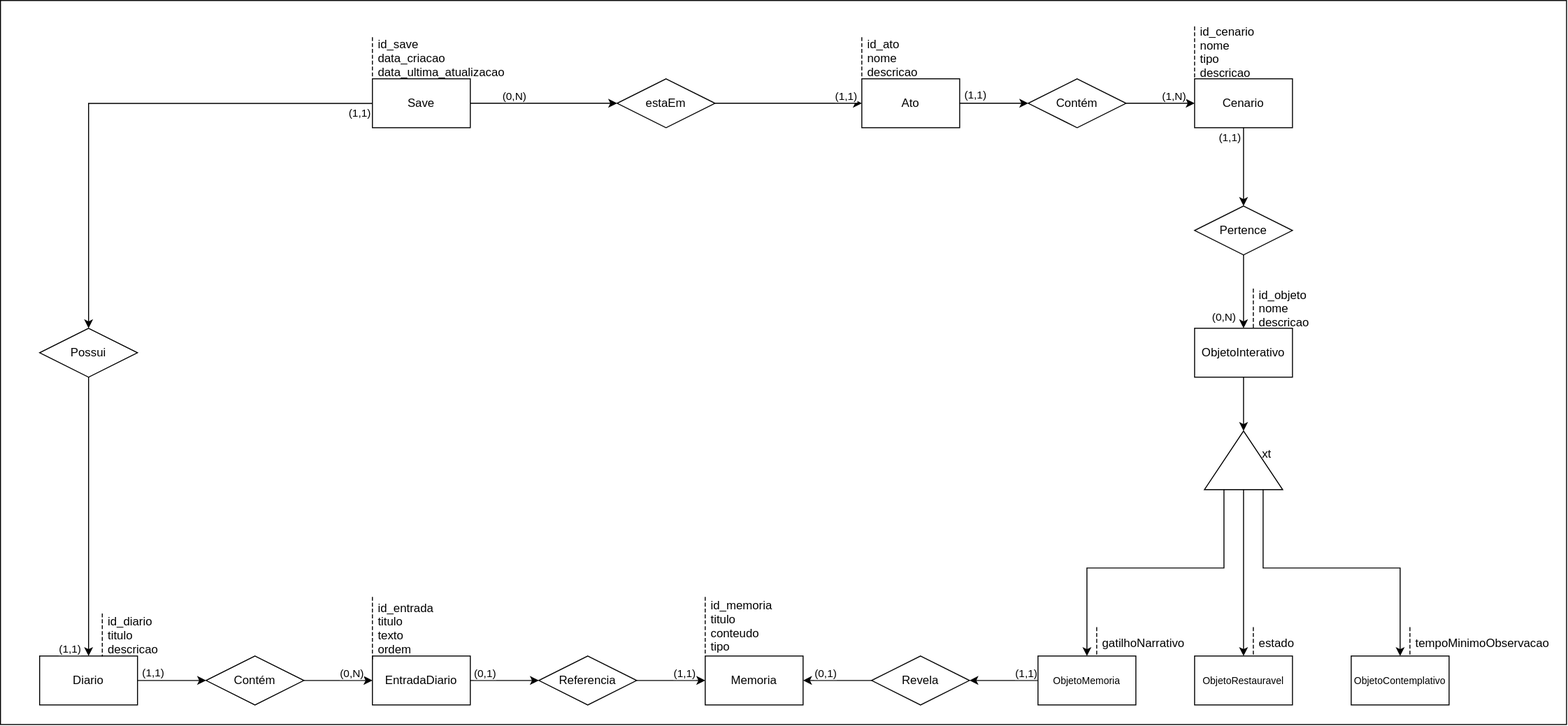
Earlier version of the draw.io export docs/diagrama-entidade-relacionamento/diagrama-entidade-relacionamento.drawio.svg (omatheusfaria/Ani). Source tidied: cells renumbered, new cells last; positions are measured from the earlier drawing's top-left corner, leaving out a move shared by most shapes.
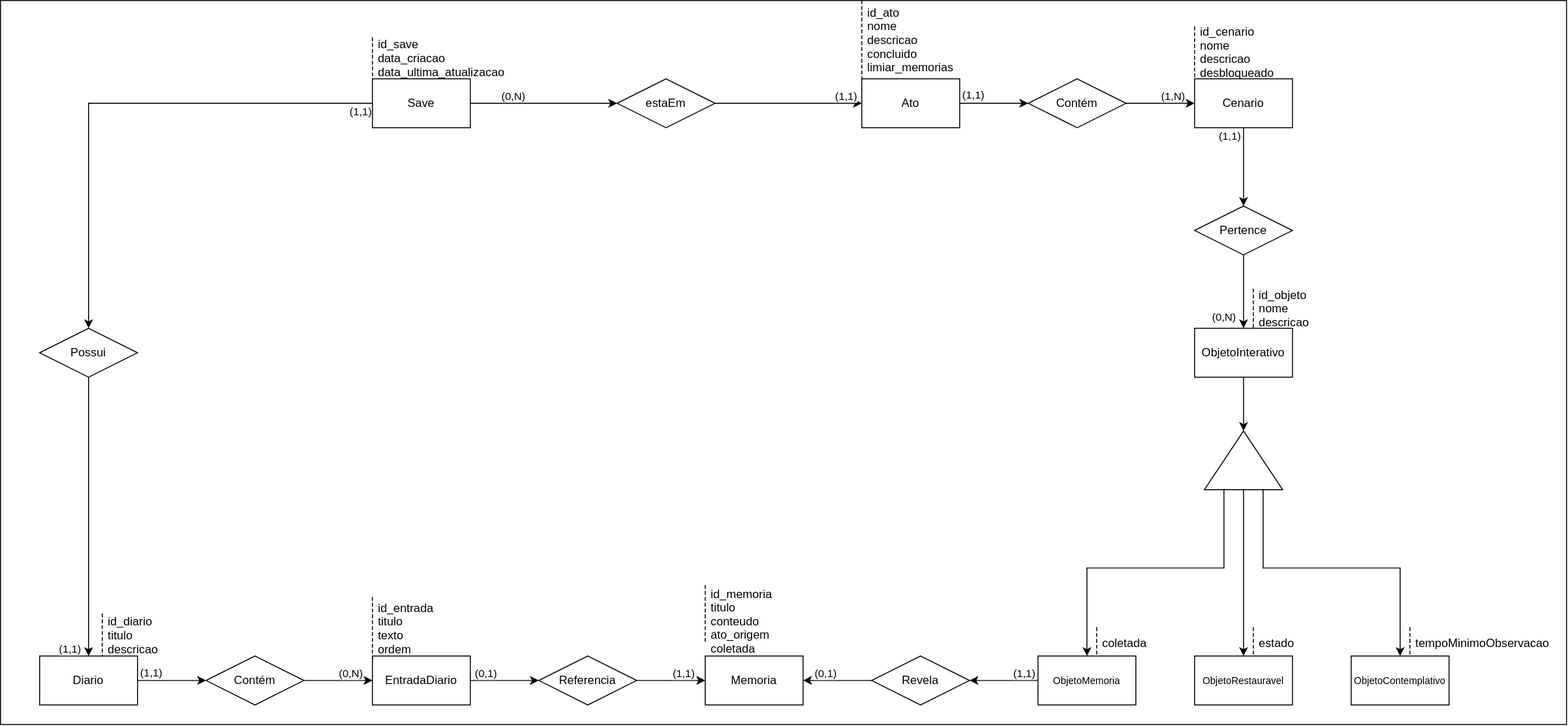
The same file after the commit.

Commit message:
Reexporta no draw.io os SVGs de casos de uso e do DER

The edit, as a diff of the source:
```diff
@@ -152,22 +152,19 @@
     <mxCell id="41" value="&lt;font style=&quot;font-size: 10px;&quot;&gt;ObjetoContemplativo&lt;/font&gt;" style="html=1;dashed=0;whiteSpace=wrap;" parent="1" vertex="1">
       <mxGeometry x="1380" y="670" width="100" height="50" as="geometry" />
     </mxCell>
-    <mxCell id="42" value="xt" style="text;html=1;whiteSpace=wrap;strokeColor=none;fillColor=none;align=center;verticalAlign=middle;rounded=0;" parent="1" vertex="1">
-      <mxGeometry x="1264" y="449" width="60" height="30" as="geometry" />
-    </mxCell>
-    <mxCell id="43" value="id_memoria&#10;titulo&#10;conteudo&#10;tipo" style="shape=partialRectangle;fillColor=none;align=left;verticalAlign=middle;strokeColor=none;spacingLeft=34;" parent="1" vertex="1">
-      <mxGeometry x="690" y="610" width="90" height="58" as="geometry" />
+    <mxCell id="43" value="id_memoria&#10;titulo&#10;conteudo&#10;ato_origem&#10;coletada" style="shape=partialRectangle;fillColor=none;align=left;verticalAlign=middle;strokeColor=none;spacingLeft=34;" parent="1" vertex="1">
+      <mxGeometry x="690" y="598" width="90" height="72" as="geometry" />
     </mxCell>
     <mxCell id="44" style="shape=partialRectangle;top=0;left=0;bottom=0;fillColor=none;stokeWidth=1;dashed=1;align=left;verticalAlign=middle;spacingLeft=4;spacingRight=4;overflow=hidden;" parent="43" vertex="1">
       <mxGeometry width="30" height="58" as="geometry" />
     </mxCell>
-    <mxCell id="45" value="id_ato&#10;nome&#10;descricao" style="shape=partialRectangle;fillColor=none;align=left;verticalAlign=middle;strokeColor=none;spacingLeft=34;" parent="1" vertex="1">
-      <mxGeometry x="850" y="38" width="90" height="41" as="geometry" />
+    <mxCell id="45" value="id_ato&#10;nome&#10;descricao&#10;concluido&#10;limiar_memorias" style="shape=partialRectangle;fillColor=none;align=left;verticalAlign=middle;strokeColor=none;spacingLeft=34;" parent="1" vertex="1">
+      <mxGeometry x="850" width="90" height="80" as="geometry" />
     </mxCell>
     <mxCell id="46" style="shape=partialRectangle;top=0;left=0;bottom=0;fillColor=none;stokeWidth=1;dashed=1;align=left;verticalAlign=middle;spacingLeft=4;spacingRight=4;overflow=hidden;" parent="45" vertex="1">
-      <mxGeometry width="30" height="41" as="geometry" />
+      <mxGeometry width="30" height="80" as="geometry" />
     </mxCell>
-    <mxCell id="47" value="id_cenario&#10;nome&#10;tipo&#10;descricao" style="shape=partialRectangle;fillColor=none;align=left;verticalAlign=middle;strokeColor=none;spacingLeft=34;" parent="1" vertex="1">
+    <mxCell id="47" value="id_cenario&#10;nome&#10;descricao&#10;desbloqueado" style="shape=partialRectangle;fillColor=none;align=left;verticalAlign=middle;strokeColor=none;spacingLeft=34;" parent="1" vertex="1">
       <mxGeometry x="1190" y="27" width="90" height="51" as="geometry" />
     </mxCell>
     <mxCell id="48" style="shape=partialRectangle;top=0;left=0;bottom=0;fillColor=none;stokeWidth=1;dashed=1;align=left;verticalAlign=middle;spacingLeft=4;spacingRight=4;overflow=hidden;" parent="47" vertex="1">
@@ -185,7 +182,7 @@
     <mxCell id="52" style="shape=partialRectangle;top=0;left=0;bottom=0;fillColor=none;stokeWidth=1;dashed=1;align=left;verticalAlign=middle;spacingLeft=4;spacingRight=4;overflow=hidden;" parent="51" vertex="1">
       <mxGeometry width="30" height="39" as="geometry" />
     </mxCell>
-    <mxCell id="53" value="gatilhoNarrativo" style="shape=partialRectangle;fillColor=none;align=left;verticalAlign=middle;strokeColor=none;spacingLeft=34;" parent="1" vertex="1">
+    <mxCell id="53" value="coletada" style="shape=partialRectangle;fillColor=none;align=left;verticalAlign=middle;strokeColor=none;spacingLeft=34;" parent="1" vertex="1">
       <mxGeometry x="1090" y="641" width="90" height="30" as="geometry" />
     </mxCell>
     <mxCell id="54" style="shape=partialRectangle;top=0;left=0;bottom=0;fillColor=none;stokeWidth=1;dashed=1;align=left;verticalAlign=middle;spacingLeft=4;spacingRight=4;overflow=hidden;" parent="53" vertex="1">
```
